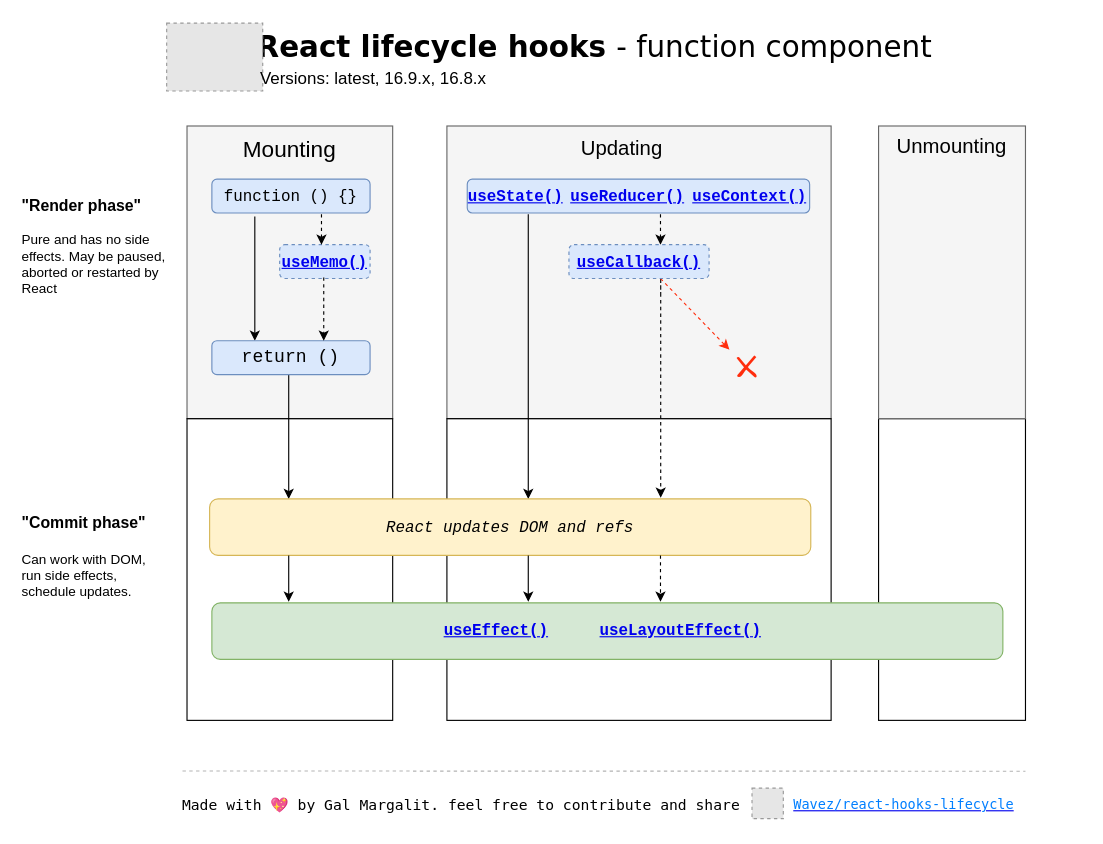
This is chart.drawio from Wavez/react-hooks-lifecycle, a draw.io file, before an edit. Source tidied: cells renumbered, new cells numbered last; positions are measured from the earlier drawing's top-left corner, leaving out a move shared by most shapes. Both pictures are drawn from the tidied source at 113%, with x=0, y=0 at pixel (19, 23). Pictures stored in the file or linked from it are replaced by grey dashed boxes.
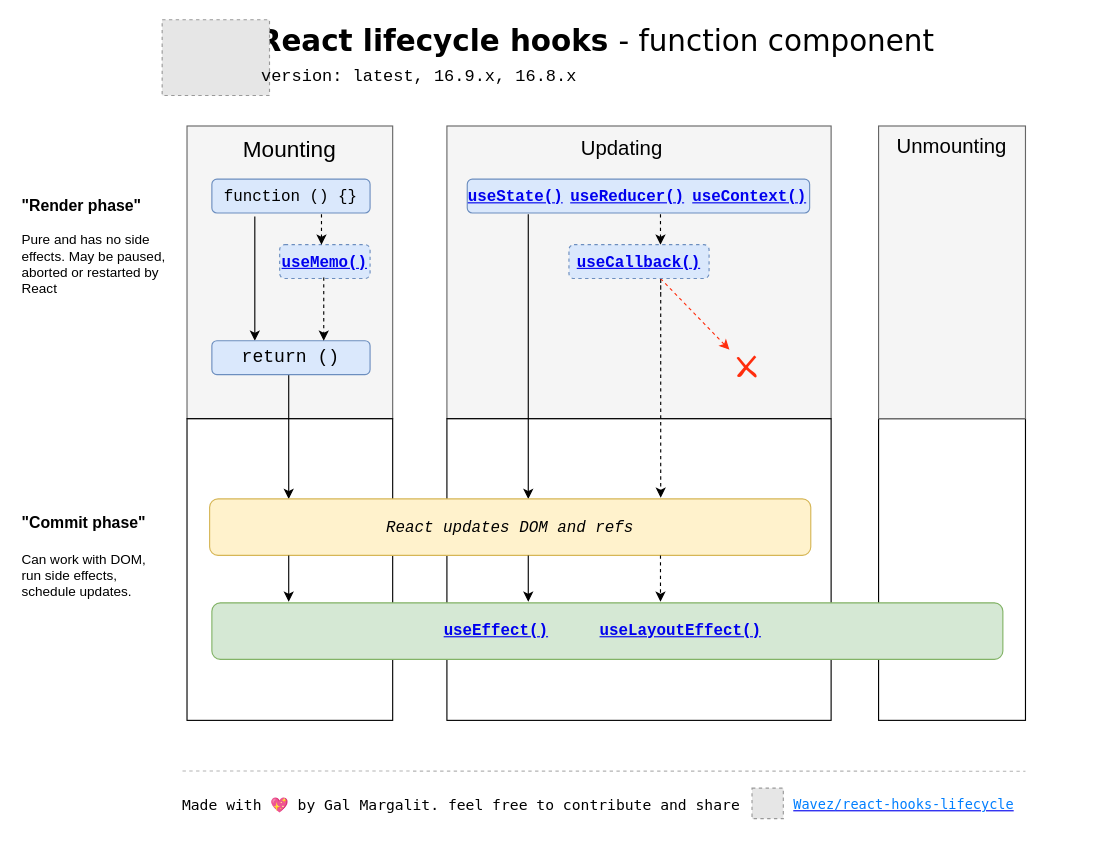
Above is the later version.

Diff of the diagram source:
```diff
@@
     <mxCell id="10" value="&lt;font style=&quot;font-size: 26px&quot;&gt;React lifecycle hooks&amp;nbsp;&lt;span style=&quot;font-weight: normal&quot;&gt;- &lt;/span&gt;&lt;span style=&quot;font-weight: normal&quot;&gt;function component&lt;/span&gt;&lt;/font&gt;" style="text;html=1;align=left;verticalAlign=top;spacingTop=-4;fontFamily=Verdana;fontStyle=1;" parent="1" vertex="1">
-      <mxGeometry x="208" y="3" width="580" height="20" as="geometry" />
+      <mxGeometry x="210" y="-2" width="580" height="20" as="geometry" />
     </mxCell>
@@
     <mxCell id="20" style="fillColor=#E6E6E6;strokeColor=#999999;dashed=1;verticalLabelPosition=bottom;labelBackgroundColor=#ffffff;verticalAlign=top;" parent="1" vertex="1">
-      <mxGeometry x="130" width="85" height="60" as="geometry" />
+      <mxGeometry x="126" y="-3" width="95" height="67" as="geometry" />
     </mxCell>
@@
-    <mxCell id="39" value="Versions: latest, 16.9.x, 16.8.x" style="text;html=1;align=left;verticalAlign=top;spacingTop=-4;fontSize=15;" parent="1" vertex="1">
-      <mxGeometry x="211" y="36.5" width="220" height="20" as="geometry" />
+    <mxCell id="39" value="version: latest, 16.9.x, 16.8.x" style="text;html=1;align=left;verticalAlign=top;spacingTop=-4;fontSize=15;fontFamily=Courier New;" parent="1" vertex="1">
+      <mxGeometry x="212" y="36.5" width="210" height="20" as="geometry" />
     </mxCell>
```
